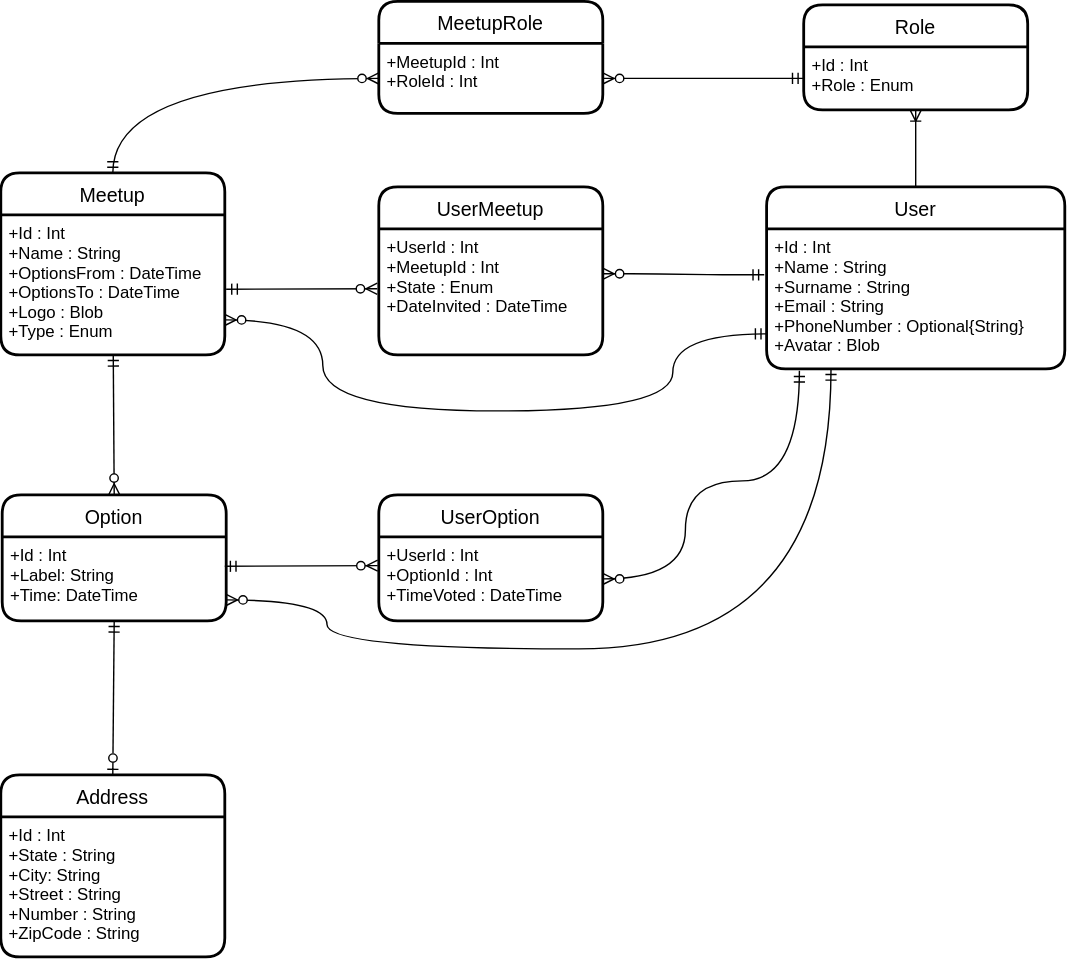
Before: WhenAndWhere_DAL_ERD.svg, a diagram exported from draw.io (mksoska/when-and-where). Source tidied: cells renumbered, new cells last; positions are measured from the earlier drawing's top-left corner, leaving out a move shared by most shapes. Source of this version:
```xml
<mxGraphModel>
  <root>
    <mxCell id="0" />
    <mxCell id="1" parent="0" />
    <mxCell id="2" value="Option" style="swimlane;horizontal=1;startSize=30;rounded=1;fontSize=14;fontStyle=0;strokeWidth=2;shadow=0;dashed=0;align=center;glass=0;" parent="1" vertex="1">
      <mxGeometry x="1" y="352" width="160" height="90" as="geometry" />
    </mxCell>
    <mxCell id="3" value="+Id : Int&#10;+Label: String&#10;+Time: DateTime&#10;" style="align=left;strokeColor=none;fillColor=none;spacingLeft=4;fontSize=12;verticalAlign=top;glass=0;" parent="2" vertex="1">
      <mxGeometry y="30" width="160" height="60" as="geometry" />
    </mxCell>
    <mxCell id="4" value="User" style="swimlane;horizontal=1;startSize=30;rounded=1;fontSize=14;fontStyle=0;strokeWidth=2;shadow=0;dashed=0;align=center;glass=0;" parent="1" vertex="1">
      <mxGeometry x="547" y="132" width="213" height="130" as="geometry" />
    </mxCell>
    <mxCell id="5" value="+Id : Int&#10;+Name : String&#10;+Surname : String&#10;+Email : String&#10;+PhoneNumber : Optional{String}&#10;+Avatar : Blob" style="align=left;strokeColor=none;fillColor=none;spacingLeft=4;fontSize=12;verticalAlign=top;glass=0;" parent="4" vertex="1">
      <mxGeometry y="30" width="213" height="100" as="geometry" />
    </mxCell>
    <mxCell id="6" value="UserMeetup" style="swimlane;horizontal=1;startSize=30;rounded=1;fontSize=14;fontStyle=0;strokeWidth=2;shadow=0;dashed=0;align=center;glass=0;" parent="1" vertex="1">
      <mxGeometry x="270" y="132" width="160" height="120" as="geometry" />
    </mxCell>
    <mxCell id="7" value="+UserId : Int&#10;+MeetupId : Int&#10;+State : Enum&#10;+DateInvited : DateTime" style="align=left;strokeColor=none;fillColor=none;spacingLeft=4;fontSize=12;verticalAlign=top;glass=0;" parent="6" vertex="1">
      <mxGeometry y="30" width="160" height="90" as="geometry" />
    </mxCell>
    <mxCell id="8" value="UserOption" style="swimlane;horizontal=1;startSize=30;rounded=1;fontSize=14;fontStyle=0;strokeWidth=2;shadow=0;dashed=0;align=center;glass=0;" parent="1" vertex="1">
      <mxGeometry x="270" y="352" width="160" height="90" as="geometry" />
    </mxCell>
    <mxCell id="9" value="+UserId : Int&#10;+OptionId : Int&#10;+TimeVoted : DateTime" style="align=left;strokeColor=none;fillColor=none;spacingLeft=4;fontSize=12;verticalAlign=top;glass=0;" parent="8" vertex="1">
      <mxGeometry y="30" width="160" height="60" as="geometry" />
    </mxCell>
    <mxCell id="10" value="Address" style="swimlane;horizontal=1;startSize=30;rounded=1;fontSize=14;fontStyle=0;strokeWidth=2;shadow=0;dashed=0;align=center;glass=0;" parent="1" vertex="1">
      <mxGeometry y="552" width="160" height="130" as="geometry" />
    </mxCell>
    <mxCell id="11" value="+Id : Int&#10;+State : String&#10;+City: String&#10;+Street : String&#10;+Number : String&#10;+ZipCode : String" style="align=left;strokeColor=none;fillColor=none;spacingLeft=4;fontSize=12;verticalAlign=top;glass=0;" parent="10" vertex="1">
      <mxGeometry y="30" width="160" height="100" as="geometry" />
    </mxCell>
    <mxCell id="12" style="fontSize=12;html=1;endArrow=ERzeroToMany;startArrow=ERmandOne;fontColor=#FFFFFF;entryX=-0.007;entryY=0.475;entryDx=0;entryDy=0;exitX=1.006;exitY=0.531;exitDx=0;exitDy=0;exitPerimeter=0;entryPerimeter=0;" parent="1" edge="1" source="24" target="7">
      <mxGeometry relative="1" as="geometry" />
    </mxCell>
    <mxCell id="13" style="edgeStyle=entityRelationEdgeStyle;fontSize=12;html=1;endArrow=ERzeroToMany;startArrow=ERmandOne;fontColor=#FFFFFF;exitX=-0.008;exitY=0.328;exitDx=0;exitDy=0;entryX=1;entryY=0.356;entryDx=0;entryDy=0;entryPerimeter=0;exitPerimeter=0;" parent="1" edge="1" source="5" target="7">
      <mxGeometry relative="1" as="geometry" />
    </mxCell>
    <mxCell id="14" style="fontSize=12;html=1;endArrow=ERzeroToMany;startArrow=ERmandOne;fontColor=#FFFFFF;rounded=0;entryX=0.5;entryY=0;entryDx=0;entryDy=0;" parent="1" edge="1" source="24" target="2">
      <mxGeometry relative="1" as="geometry" />
    </mxCell>
    <mxCell id="15" style="fontSize=12;html=1;endArrow=ERmandOne;startArrow=ERzeroToOne;rounded=0;fontColor=#FFFFFF;entryX=0.5;entryY=1;entryDx=0;entryDy=0;exitX=0.5;exitY=0;exitDx=0;exitDy=0;endFill=0;startFill=0;" parent="1" edge="1" source="10" target="3">
      <mxGeometry relative="1" as="geometry" />
    </mxCell>
    <mxCell id="16" style="fontSize=12;html=1;endArrow=ERzeroToMany;startArrow=ERmandOne;rounded=0;fontColor=#FFFFFF;entryX=-0.005;entryY=0.342;entryDx=0;entryDy=0;entryPerimeter=0;" parent="1" edge="1" target="9">
      <mxGeometry relative="1" as="geometry">
        <mxPoint x="160" y="403" as="sourcePoint" />
      </mxGeometry>
    </mxCell>
    <mxCell id="17" style="edgeStyle=orthogonalEdgeStyle;fontSize=12;html=1;endArrow=ERzeroToMany;startArrow=ERmandOne;rounded=0;fontColor=#FFFFFF;entryX=1;entryY=0.75;entryDx=0;entryDy=0;elbow=vertical;curved=1;exitX=0;exitY=0.75;exitDx=0;exitDy=0;" parent="1" edge="1" source="5" target="24">
      <mxGeometry relative="1" as="geometry">
        <Array as="points">
          <mxPoint x="480" y="237" />
          <mxPoint x="480" y="292" />
          <mxPoint x="230" y="292" />
          <mxPoint x="230" y="227" />
        </Array>
      </mxGeometry>
    </mxCell>
    <mxCell id="18" style="fontSize=12;html=1;endArrow=ERzeroToMany;startArrow=ERmandOne;edgeStyle=orthogonalEdgeStyle;curved=1;exitX=0.216;exitY=1;exitDx=0;exitDy=0;exitPerimeter=0;entryX=1;entryY=0.75;entryDx=0;entryDy=0;" parent="1" edge="1" source="5" target="3">
      <mxGeometry relative="1" as="geometry">
        <Array as="points">
          <mxPoint x="593" y="462" />
          <mxPoint x="233" y="462" />
          <mxPoint x="233" y="427" />
        </Array>
      </mxGeometry>
    </mxCell>
    <mxCell id="19" style="edgeStyle=orthogonalEdgeStyle;fontSize=12;html=1;endArrow=ERzeroToMany;startArrow=ERmandOne;entryX=1;entryY=0.5;entryDx=0;entryDy=0;exitX=0.11;exitY=1.014;exitDx=0;exitDy=0;exitPerimeter=0;curved=1;" parent="1" edge="1" source="5" target="9">
      <mxGeometry relative="1" as="geometry">
        <Array as="points">
          <mxPoint x="570" y="342" />
          <mxPoint x="489" y="342" />
          <mxPoint x="489" y="412" />
        </Array>
      </mxGeometry>
    </mxCell>
    <mxCell id="20" value="Role" style="swimlane;horizontal=1;startSize=30;rounded=1;fontSize=14;fontStyle=0;strokeWidth=2;shadow=0;dashed=0;align=center;" parent="1" vertex="1">
      <mxGeometry x="573.5" y="2" width="160" height="75" as="geometry" />
    </mxCell>
    <mxCell id="21" value="+Id : Int&#10;+Role : Enum&#10;" style="align=left;strokeColor=none;fillColor=none;spacingLeft=4;fontSize=12;verticalAlign=top;" parent="20" vertex="1">
      <mxGeometry y="30" width="160" height="45" as="geometry" />
    </mxCell>
    <mxCell id="22" style="fontSize=12;html=1;endArrow=ERoneToMany;entryX=0.5;entryY=1;entryDx=0;entryDy=0;exitX=0.5;exitY=0;exitDx=0;exitDy=0;" parent="1" edge="1" source="4" target="21">
      <mxGeometry relative="1" as="geometry" />
    </mxCell>
    <mxCell id="23" value="Meetup" style="swimlane;horizontal=1;startSize=30;rounded=1;fontSize=14;fontStyle=0;strokeWidth=2;shadow=0;dashed=0;align=center;" parent="1" vertex="1">
      <mxGeometry y="122" width="160" height="130" as="geometry" />
    </mxCell>
    <mxCell id="24" value="+Id : Int&#10;+Name : String&#10;+OptionsFrom : DateTime&#10;+OptionsTo : DateTime&#10;+Logo : Blob&#10;+Type : Enum" style="align=left;strokeColor=none;fillColor=none;spacingLeft=4;fontSize=12;verticalAlign=top;" parent="23" vertex="1">
      <mxGeometry y="30" width="160" height="100" as="geometry" />
    </mxCell>
    <mxCell id="25" value="MeetupRole" style="swimlane;horizontal=1;startSize=30;rounded=1;fontSize=14;fontStyle=0;strokeWidth=2;shadow=0;dashed=0;align=center;" parent="1" vertex="1">
      <mxGeometry x="270" y="-0.5" width="160" height="80" as="geometry" />
    </mxCell>
    <mxCell id="26" value="+MeetupId : Int&#10;+RoleId : Int&#10;" style="align=left;strokeColor=none;fillColor=none;spacingLeft=4;fontSize=12;verticalAlign=top;" parent="25" vertex="1">
      <mxGeometry y="30" width="160" height="50" as="geometry" />
    </mxCell>
    <mxCell id="27" style="edgeStyle=entityRelationEdgeStyle;fontSize=12;html=1;endArrow=ERzeroToMany;startArrow=ERmandOne;exitX=0;exitY=0.5;exitDx=0;exitDy=0;entryX=1;entryY=0.5;entryDx=0;entryDy=0;" parent="1" edge="1" source="21" target="26">
      <mxGeometry relative="1" as="geometry" />
    </mxCell>
    <mxCell id="28" style="edgeStyle=orthogonalEdgeStyle;fontSize=12;html=1;endArrow=ERzeroToMany;startArrow=ERmandOne;entryX=0;entryY=0.5;entryDx=0;entryDy=0;exitX=0.5;exitY=0;exitDx=0;exitDy=0;curved=1;" parent="1" edge="1" source="23" target="26">
      <mxGeometry relative="1" as="geometry" />
    </mxCell>
  </root>
</mxGraphModel>
```
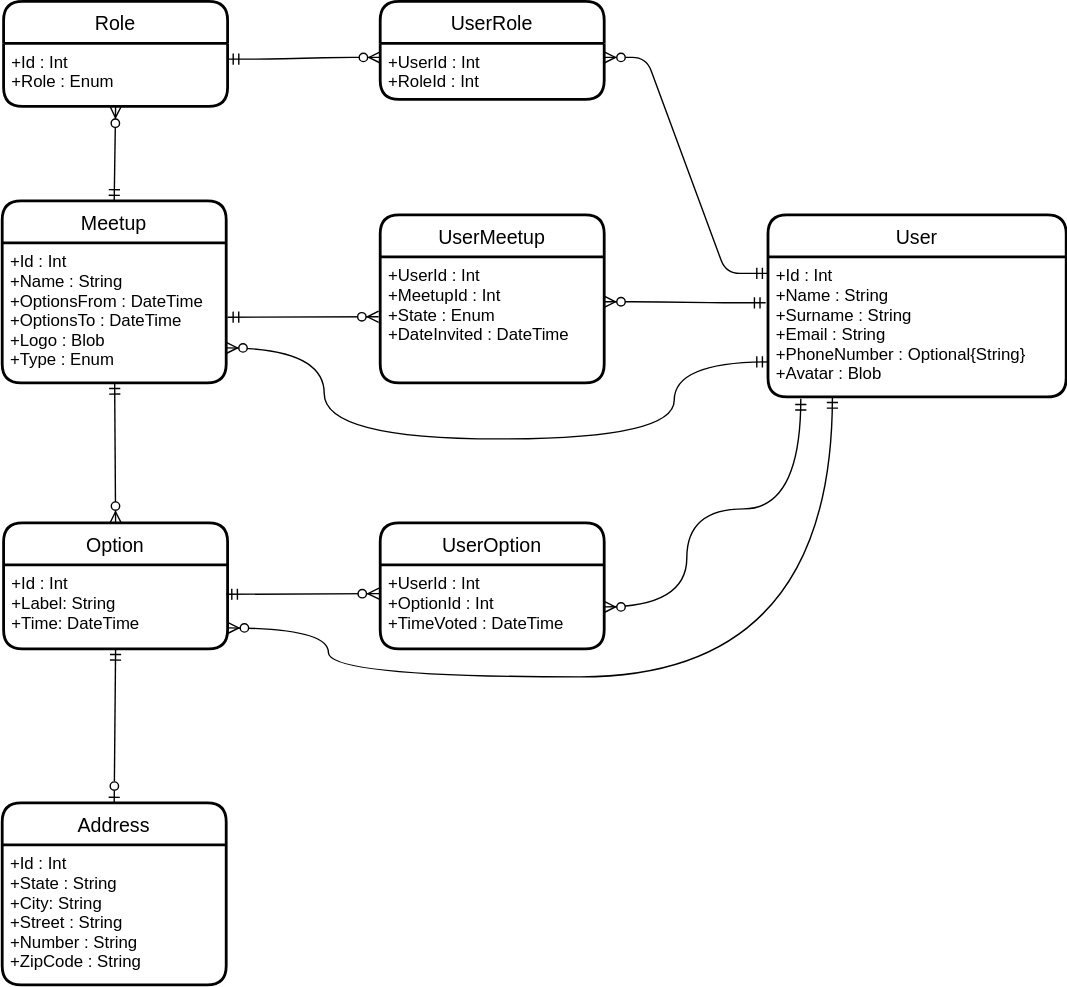
The same file after the commit.

What changed in the source:
```diff
@@ -78,31 +78,31 @@
       </mxGeometry>
     </mxCell>
     <mxCell id="20" value="Role" style="swimlane;horizontal=1;startSize=30;rounded=1;fontSize=14;fontStyle=0;strokeWidth=2;shadow=0;dashed=0;align=center;" parent="1" vertex="1">
-      <mxGeometry x="573.5" y="2" width="160" height="75" as="geometry" />
+      <mxGeometry x="1" y="-20.5" width="160" height="75" as="geometry" />
     </mxCell>
     <mxCell id="21" value="+Id : Int&#10;+Role : Enum&#10;" style="align=left;strokeColor=none;fillColor=none;spacingLeft=4;fontSize=12;verticalAlign=top;" parent="20" vertex="1">
       <mxGeometry y="30" width="160" height="45" as="geometry" />
     </mxCell>
-    <mxCell id="22" style="fontSize=12;html=1;endArrow=ERoneToMany;entryX=0.5;entryY=1;entryDx=0;entryDy=0;exitX=0.5;exitY=0;exitDx=0;exitDy=0;" parent="1" edge="1" source="4" target="21">
-      <mxGeometry relative="1" as="geometry" />
-    </mxCell>
     <mxCell id="23" value="Meetup" style="swimlane;horizontal=1;startSize=30;rounded=1;fontSize=14;fontStyle=0;strokeWidth=2;shadow=0;dashed=0;align=center;" parent="1" vertex="1">
       <mxGeometry y="122" width="160" height="130" as="geometry" />
     </mxCell>
     <mxCell id="24" value="+Id : Int&#10;+Name : String&#10;+OptionsFrom : DateTime&#10;+OptionsTo : DateTime&#10;+Logo : Blob&#10;+Type : Enum" style="align=left;strokeColor=none;fillColor=none;spacingLeft=4;fontSize=12;verticalAlign=top;" parent="23" vertex="1">
       <mxGeometry y="30" width="160" height="100" as="geometry" />
     </mxCell>
-    <mxCell id="25" value="MeetupRole" style="swimlane;horizontal=1;startSize=30;rounded=1;fontSize=14;fontStyle=0;strokeWidth=2;shadow=0;dashed=0;align=center;" parent="1" vertex="1">
-      <mxGeometry x="270" y="-0.5" width="160" height="80" as="geometry" />
-    </mxCell>
-    <mxCell id="26" value="+MeetupId : Int&#10;+RoleId : Int&#10;" style="align=left;strokeColor=none;fillColor=none;spacingLeft=4;fontSize=12;verticalAlign=top;" parent="25" vertex="1">
-      <mxGeometry y="30" width="160" height="50" as="geometry" />
-    </mxCell>
-    <mxCell id="27" style="edgeStyle=entityRelationEdgeStyle;fontSize=12;html=1;endArrow=ERzeroToMany;startArrow=ERmandOne;exitX=0;exitY=0.5;exitDx=0;exitDy=0;entryX=1;entryY=0.5;entryDx=0;entryDy=0;" parent="1" edge="1" source="21" target="26">
-      <mxGeometry relative="1" as="geometry" />
-    </mxCell>
-    <mxCell id="28" style="edgeStyle=orthogonalEdgeStyle;fontSize=12;html=1;endArrow=ERzeroToMany;startArrow=ERmandOne;entryX=0;entryY=0.5;entryDx=0;entryDy=0;exitX=0.5;exitY=0;exitDx=0;exitDy=0;curved=1;" parent="1" edge="1" source="23" target="26">
-      <mxGeometry relative="1" as="geometry" />
+    <mxCell id="28" value="UserRole" style="swimlane;horizontal=1;startSize=30;rounded=1;fontSize=14;fontStyle=0;strokeWidth=2;shadow=0;dashed=0;align=center;" parent="1" vertex="1">
+      <mxGeometry x="270" y="-20.5" width="160" height="70" as="geometry" />
     </mxCell>
+    <mxCell id="29" value="+UserId : Int&#10;+RoleId : Int" style="align=left;strokeColor=none;fillColor=none;spacingLeft=4;fontSize=12;verticalAlign=top;" parent="28" vertex="1">
+      <mxGeometry y="30" width="160" height="40" as="geometry" />
+    </mxCell>
+    <mxCell id="30" style="fontSize=12;html=1;endArrow=ERzeroToMany;startArrow=ERmandOne;exitX=0.5;exitY=0;exitDx=0;exitDy=0;entryX=0.5;entryY=1;entryDx=0;entryDy=0;" parent="1" edge="1" source="23" target="21">
+      <mxGeometry relative="1" as="geometry" />
+    </mxCell>
+    <mxCell id="31" style="edgeStyle=entityRelationEdgeStyle;fontSize=12;html=1;endArrow=ERzeroToMany;startArrow=ERmandOne;entryX=0;entryY=0.25;entryDx=0;entryDy=0;exitX=1;exitY=0.25;exitDx=0;exitDy=0;" parent="1" edge="1" source="21" target="29">
+      <mxGeometry relative="1" as="geometry" />
+    </mxCell>
+    <mxCell id="32" style="edgeStyle=entityRelationEdgeStyle;fontSize=12;html=1;endArrow=ERzeroToMany;startArrow=ERmandOne;entryX=1;entryY=0.25;entryDx=0;entryDy=0;exitX=0;exitY=0.118;exitDx=0;exitDy=0;exitPerimeter=0;" parent="1" edge="1" source="5" target="29">
+      <mxGeometry relative="1" as="geometry" />
+    </mxCell>
   </root>
 </mxGraphModel>
```
